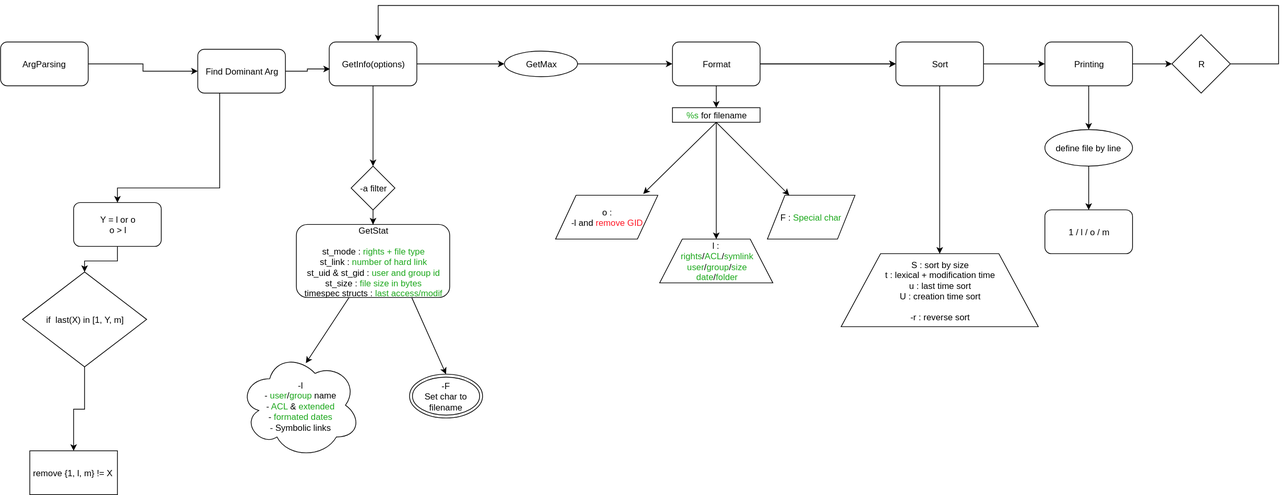
This is workflow.svg from EPgg92/ft_ls, a draw.io export, as it was before one commit. Source tidied: cells renumbered, new cells last; positions are measured from the earlier drawing's top-left corner, leaving out a move shared by most shapes.
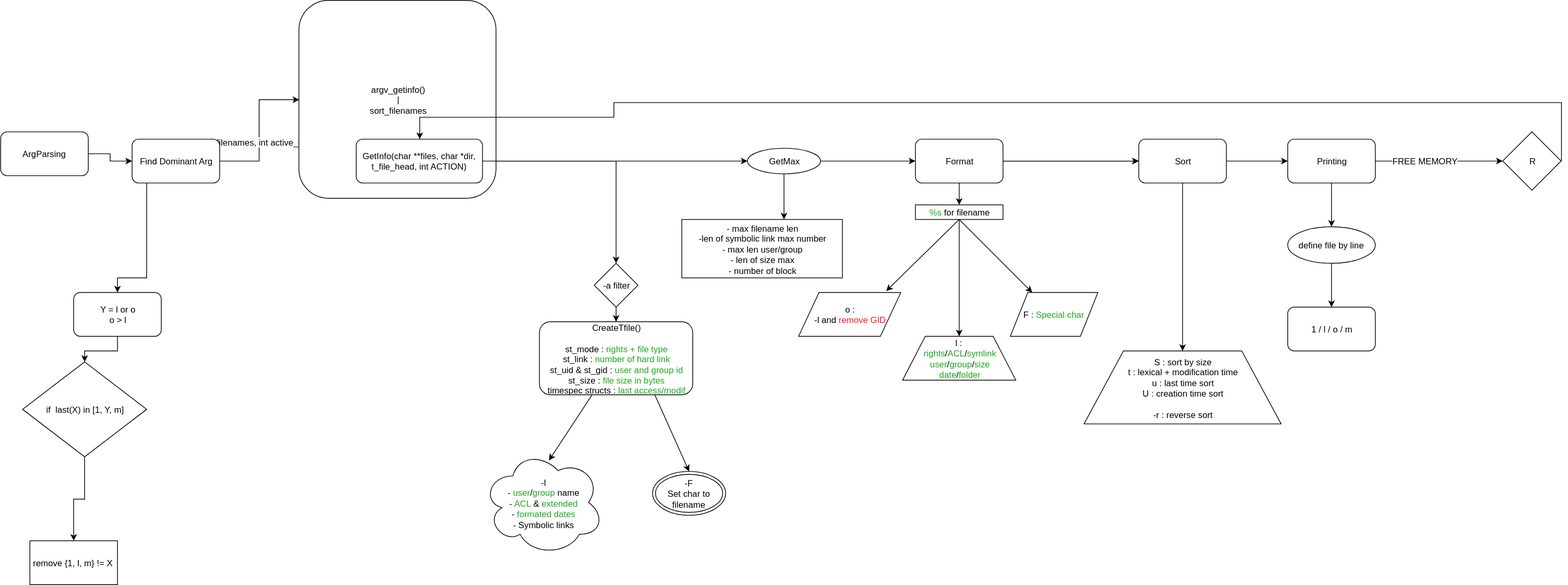
After the change.

Diff of the diagram source:
```diff
@@ -6,7 +6,7 @@
       <mxGeometry relative="1" as="geometry" />
     </mxCell>
     <mxCell id="3" value="ArgParsing" style="rounded=1;whiteSpace=wrap;html=1;" parent="1" vertex="1">
-      <mxGeometry y="50" width="120" height="60" as="geometry" />
+      <mxGeometry x="-333" y="40" width="120" height="60" as="geometry" />
     </mxCell>
     <mxCell id="4" style="edgeStyle=orthogonalEdgeStyle;rounded=0;html=1;jettySize=auto;" parent="1" edge="1" source="6" target="38">
       <mxGeometry relative="1" as="geometry" />
@@ -14,9 +14,6 @@
     <mxCell id="5" style="edgeStyle=orthogonalEdgeStyle;rounded=0;html=1;jettySize=auto;" parent="1" edge="1" source="39" target="23">
       <mxGeometry relative="1" as="geometry" />
     </mxCell>
-    <mxCell id="6" value="GetInfo(options)" style="rounded=1;whiteSpace=wrap;html=1;" parent="1" vertex="1">
-      <mxGeometry x="450" y="50" width="120" height="60" as="geometry" />
-    </mxCell>
     <mxCell id="7" style="edgeStyle=orthogonalEdgeStyle;rounded=0;html=1;jettySize=auto;" parent="1" edge="1" source="11" target="14">
       <mxGeometry relative="1" as="geometry" />
     </mxCell>
@@ -44,6 +41,9 @@
     <mxCell id="15" style="edgeStyle=orthogonalEdgeStyle;rounded=0;html=1;exitX=1;exitY=0.5;jettySize=auto;" parent="1" edge="1" source="18" target="31">
       <mxGeometry relative="1" as="geometry" />
     </mxCell>
+    <mxCell id="48" value="FREE MEMORY" style="text;html=1;align=center;verticalAlign=middle;labelBackgroundColor=#ffffff;" parent="15" vertex="1">
+      <mxGeometry x="-0.22" y="1" relative="1" as="geometry" />
+    </mxCell>
     <mxCell id="16" style="edgeStyle=none;rounded=0;html=1;jettySize=auto;" parent="1" edge="1" source="45" target="19">
       <mxGeometry relative="1" as="geometry" />
     </mxCell>
@@ -56,51 +56,48 @@
     <mxCell id="19" value="1 / l / o / m" style="rounded=1;whiteSpace=wrap;html=1;" parent="1" vertex="1">
       <mxGeometry x="1430" y="280" width="120" height="60" as="geometry" />
     </mxCell>
-    <mxCell id="20" style="edgeStyle=orthogonalEdgeStyle;rounded=0;html=1;jettySize=auto;entryX=0.008;entryY=0.617;entryPerimeter=0;" parent="1" edge="1" source="22" target="6">
-      <mxGeometry relative="1" as="geometry" />
-    </mxCell>
     <mxCell id="21" style="edgeStyle=orthogonalEdgeStyle;rounded=0;html=1;jettySize=auto;entryX=0.5;entryY=0;" parent="1" edge="1" source="22" target="28">
       <mxGeometry relative="1" as="geometry">
         <Array as="points">
-          <mxPoint x="300" y="250" />
+          <mxPoint x="-133" y="240" />
+          <mxPoint x="-173" y="240" />
         </Array>
       </mxGeometry>
     </mxCell>
+    <mxCell id="49" style="edgeStyle=orthogonalEdgeStyle;rounded=0;html=1;jettySize=auto;entryX=0;entryY=0.5;entryDx=0;entryDy=0;" parent="1" edge="1" source="22" target="53">
+      <mxGeometry relative="1" as="geometry" />
+    </mxCell>
+    <mxCell id="50" value="char **filenames, int active_opt" style="text;html=1;align=center;verticalAlign=middle;labelBackgroundColor=#ffffff;" parent="49" vertex="1">
+      <mxGeometry x="0.05" relative="1" as="geometry">
+        <mxPoint x="-12.5" y="20" as="offset" />
+      </mxGeometry>
+    </mxCell>
     <mxCell id="22" value="Find Dominant Arg" style="rounded=1;whiteSpace=wrap;html=1;" parent="1" vertex="1">
-      <mxGeometry x="270" y="60" width="120" height="60" as="geometry" />
+      <mxGeometry x="-153" y="50" width="120" height="60" as="geometry" />
     </mxCell>
-    <mxCell id="23" value="GetStat&lt;br&gt;&lt;br&gt;st_mode : &lt;font color=&quot;#1ca81c&quot;&gt;rights + file type&lt;/font&gt;&lt;br&gt;st_link : &lt;font color=&quot;#1ca81c&quot;&gt;number of hard link&lt;/font&gt;&lt;br&gt;st_uid &amp;amp; st_gid : &lt;font color=&quot;#1ca81c&quot;&gt;user and group id&lt;/font&gt;&lt;br&gt;st_size : &lt;font color=&quot;#1ca81c&quot;&gt;file size in bytes&lt;/font&gt;&lt;br&gt;timespec structs : &lt;font color=&quot;#1ca81c&quot;&gt;last access/modif&lt;/font&gt;&lt;br&gt;" style="rounded=1;whiteSpace=wrap;html=1;" parent="1" vertex="1">
+    <mxCell id="23" value="CreateTfile()&lt;br&gt;&lt;br&gt;st_mode : &lt;font color=&quot;#1ca81c&quot;&gt;rights + file type&lt;/font&gt;&lt;br&gt;st_link : &lt;font color=&quot;#1ca81c&quot;&gt;number of hard link&lt;/font&gt;&lt;br&gt;st_uid &amp;amp; st_gid : &lt;font color=&quot;#1ca81c&quot;&gt;user and group id&lt;/font&gt;&lt;br&gt;st_size : &lt;font color=&quot;#1ca81c&quot;&gt;file size in bytes&lt;/font&gt;&lt;br&gt;timespec structs : &lt;font color=&quot;#1ca81c&quot;&gt;last access/modif&lt;/font&gt;&lt;br&gt;" style="rounded=1;whiteSpace=wrap;html=1;" parent="1" vertex="1">
       <mxGeometry x="405" y="300" width="210" height="100" as="geometry" />
     </mxCell>
     <mxCell id="24" style="edgeStyle=orthogonalEdgeStyle;rounded=0;html=1;jettySize=auto;entryX=0.5;entryY=0;" parent="1" edge="1" source="25" target="26">
       <mxGeometry relative="1" as="geometry" />
     </mxCell>
     <mxCell id="25" value="if&amp;nbsp; last(X) in [1, Y, m]&lt;br&gt;" style="rhombus;whiteSpace=wrap;html=1;" parent="1" vertex="1">
-      <mxGeometry x="30" y="365" width="170" height="130" as="geometry" />
+      <mxGeometry x="-303" y="355" width="170" height="130" as="geometry" />
     </mxCell>
     <mxCell id="26" value="remove {1, l, m} != X&amp;nbsp;" style="rounded=0;whiteSpace=wrap;html=1;" parent="1" vertex="1">
-      <mxGeometry x="40" y="610" width="120" height="60" as="geometry" />
+      <mxGeometry x="-293" y="600" width="120" height="60" as="geometry" />
     </mxCell>
     <mxCell id="27" style="edgeStyle=orthogonalEdgeStyle;rounded=0;html=1;jettySize=auto;entryX=0.5;entryY=0;" parent="1" edge="1" source="28" target="25">
       <mxGeometry relative="1" as="geometry" />
     </mxCell>
     <mxCell id="28" value="Y = l or o&lt;br&gt;o &amp;gt; l&lt;br&gt;" style="rounded=1;whiteSpace=wrap;html=1;" parent="1" vertex="1">
-      <mxGeometry x="100" y="270" width="120" height="60" as="geometry" />
+      <mxGeometry x="-233" y="260" width="120" height="60" as="geometry" />
     </mxCell>
     <mxCell id="29" value="&lt;br&gt;&lt;br&gt;" style="text;html=1;align=left;verticalAlign=top;spacingTop=-4;" parent="1" vertex="1">
       <mxGeometry x="1276" y="142" width="20" height="30" as="geometry" />
     </mxCell>
-    <mxCell id="30" style="edgeStyle=orthogonalEdgeStyle;rounded=0;html=1;jettySize=auto;entryX=0.558;entryY=-0.017;entryPerimeter=0;exitX=1;exitY=0.5;" parent="1" edge="1" source="31" target="6">
-      <mxGeometry relative="1" as="geometry">
-        <Array as="points">
-          <mxPoint x="1750" y="80" />
-          <mxPoint x="1750" />
-          <mxPoint x="517" />
-        </Array>
-      </mxGeometry>
-    </mxCell>
     <mxCell id="31" value="R&lt;br&gt;" style="rhombus;whiteSpace=wrap;html=1;" parent="1" vertex="1">
-      <mxGeometry x="1604" y="40" width="80" height="80" as="geometry" />
+      <mxGeometry x="1724.5" y="40" width="80" height="80" as="geometry" />
     </mxCell>
     <mxCell id="32" style="edgeStyle=none;rounded=0;html=1;jettySize=auto;entryX=0.548;entryY=0.1;entryPerimeter=0;" parent="1" edge="1" source="23" target="33">
       <mxGeometry relative="1" as="geometry" />
@@ -122,15 +119,19 @@
     <mxCell id="37" style="edgeStyle=none;rounded=0;html=1;entryX=0;entryY=0.5;jettySize=auto;" parent="1" edge="1" source="38" target="11">
       <mxGeometry relative="1" as="geometry" />
     </mxCell>
+    <mxCell id="51" style="edgeStyle=orthogonalEdgeStyle;rounded=0;html=1;jettySize=auto;" parent="1" edge="1" source="38" target="52">
+      <mxGeometry relative="1" as="geometry">
+        <Array as="points">
+          <mxPoint x="710" y="160" />
+        </Array>
+      </mxGeometry>
+    </mxCell>
     <mxCell id="38" value="GetMax" style="ellipse;whiteSpace=wrap;html=1;" parent="1" vertex="1">
       <mxGeometry x="690" y="62.5" width="100" height="35" as="geometry" />
     </mxCell>
     <mxCell id="39" value="-a filter" style="rhombus;whiteSpace=wrap;html=1;" parent="1" vertex="1">
       <mxGeometry x="480" y="220" width="60" height="60" as="geometry" />
     </mxCell>
-    <mxCell id="40" style="edgeStyle=orthogonalEdgeStyle;rounded=0;html=1;jettySize=auto;" parent="1" edge="1" source="6" target="39">
-      <mxGeometry relative="1" as="geometry" />
-    </mxCell>
     <mxCell id="41" style="edgeStyle=none;rounded=0;html=1;jettySize=auto;exitX=0.75;exitY=1;entryX=0.5;entryY=0;" parent="1" edge="1" source="23" target="42">
       <mxGeometry relative="1" as="geometry" />
     </mxCell>
@@ -152,5 +153,27 @@
     <mxCell id="47" value="&lt;font color=&quot;#1ca81c&quot;&gt;%s&lt;/font&gt; for filename" style="rounded=0;whiteSpace=wrap;html=1;" parent="1" vertex="1">
       <mxGeometry x="920" y="140" width="120" height="20" as="geometry" />
     </mxCell>
+    <mxCell id="52" value="- max filename len&lt;br&gt;-len of symbolic link max number&lt;br&gt;- max len user/group&lt;br&gt;- len of size max&lt;br&gt;- number of block&lt;br&gt;" style="rounded=0;whiteSpace=wrap;html=1;" parent="1" vertex="1">
+      <mxGeometry x="600" y="160" width="220" height="80" as="geometry" />
+    </mxCell>
+    <mxCell id="53" value="argv_getinfo()&lt;br&gt;|&lt;br&gt;sort_filenames&lt;br&gt;" style="rounded=1;whiteSpace=wrap;html=1;" parent="1" vertex="1">
+      <mxGeometry x="75.5" y="-140" width="270" height="271" as="geometry" />
+    </mxCell>
+    <mxCell id="6" value="GetInfo(char **files, char *dir, t_file_head, int ACTION)&lt;br&gt;" style="rounded=1;whiteSpace=wrap;html=1;" parent="1" vertex="1">
+      <mxGeometry x="154" y="50" width="173" height="60" as="geometry" />
+    </mxCell>
+    <mxCell id="30" style="edgeStyle=orthogonalEdgeStyle;rounded=0;html=1;jettySize=auto;exitX=1;exitY=0.5;entryX=0.5;entryY=0;entryDx=0;entryDy=0;" parent="1" edge="1" source="31" target="6">
+      <mxGeometry relative="1" as="geometry">
+        <Array as="points">
+          <mxPoint x="1805" />
+          <mxPoint x="507" />
+          <mxPoint x="507" y="20" />
+          <mxPoint x="241" y="20" />
+        </Array>
+      </mxGeometry>
+    </mxCell>
+    <mxCell id="40" style="edgeStyle=orthogonalEdgeStyle;rounded=0;html=1;jettySize=auto;" parent="1" edge="1" source="6" target="39">
+      <mxGeometry relative="1" as="geometry" />
+    </mxCell>
   </root>
 </mxGraphModel>
```
